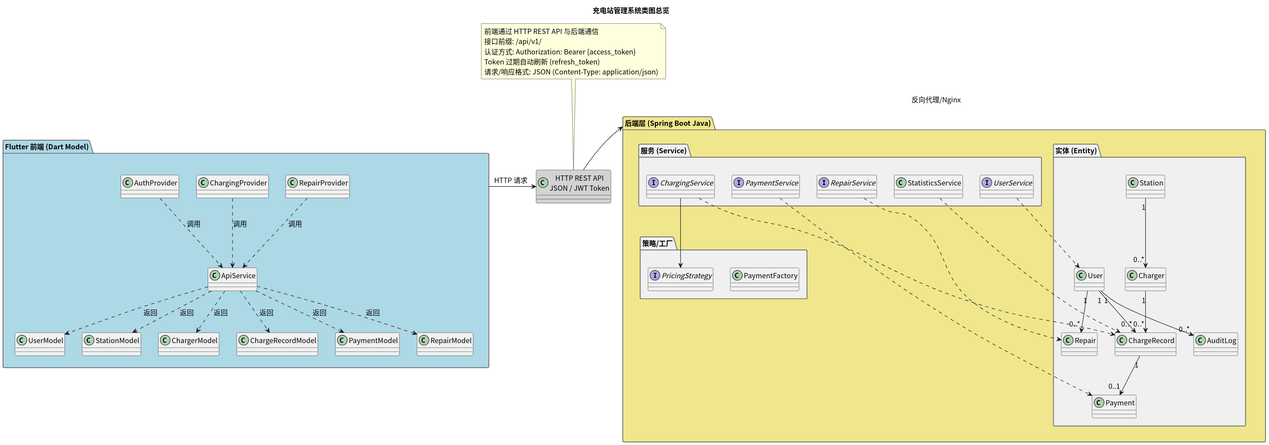
This is class/img/class_diagram.svg from greenhandzdl/charging-station-doc, a PlantUML export, as it was before one commit.
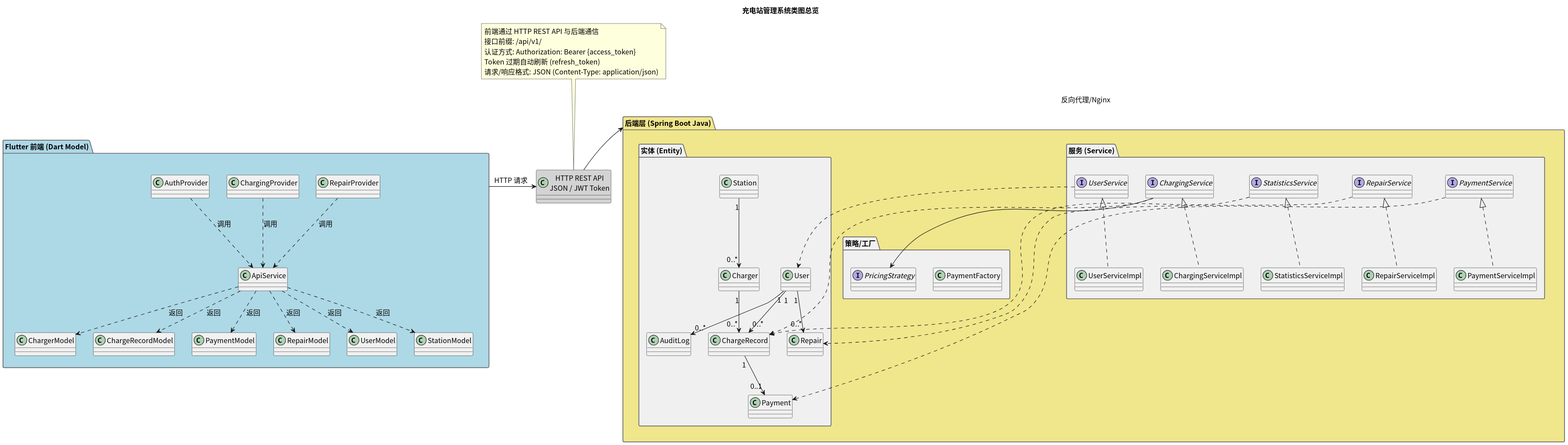
Above is the later version.

What changed in the source:
```diff
@@ -36,10 +36,15 @@
 
   package "服务 (Service)" as SVC {
     interface ChargingService
+    class ChargingServiceImpl implements ChargingService
     interface PaymentService
+    class PaymentServiceImpl implements PaymentService
     interface RepairService
+    class RepairServiceImpl implements RepairService
     interface UserService
-    class StatisticsService
+    class UserServiceImpl implements UserService
+    interface StatisticsService
+    class StatisticsServiceImpl implements StatisticsService
   }
 
   package "策略/工厂" as DP {
```
